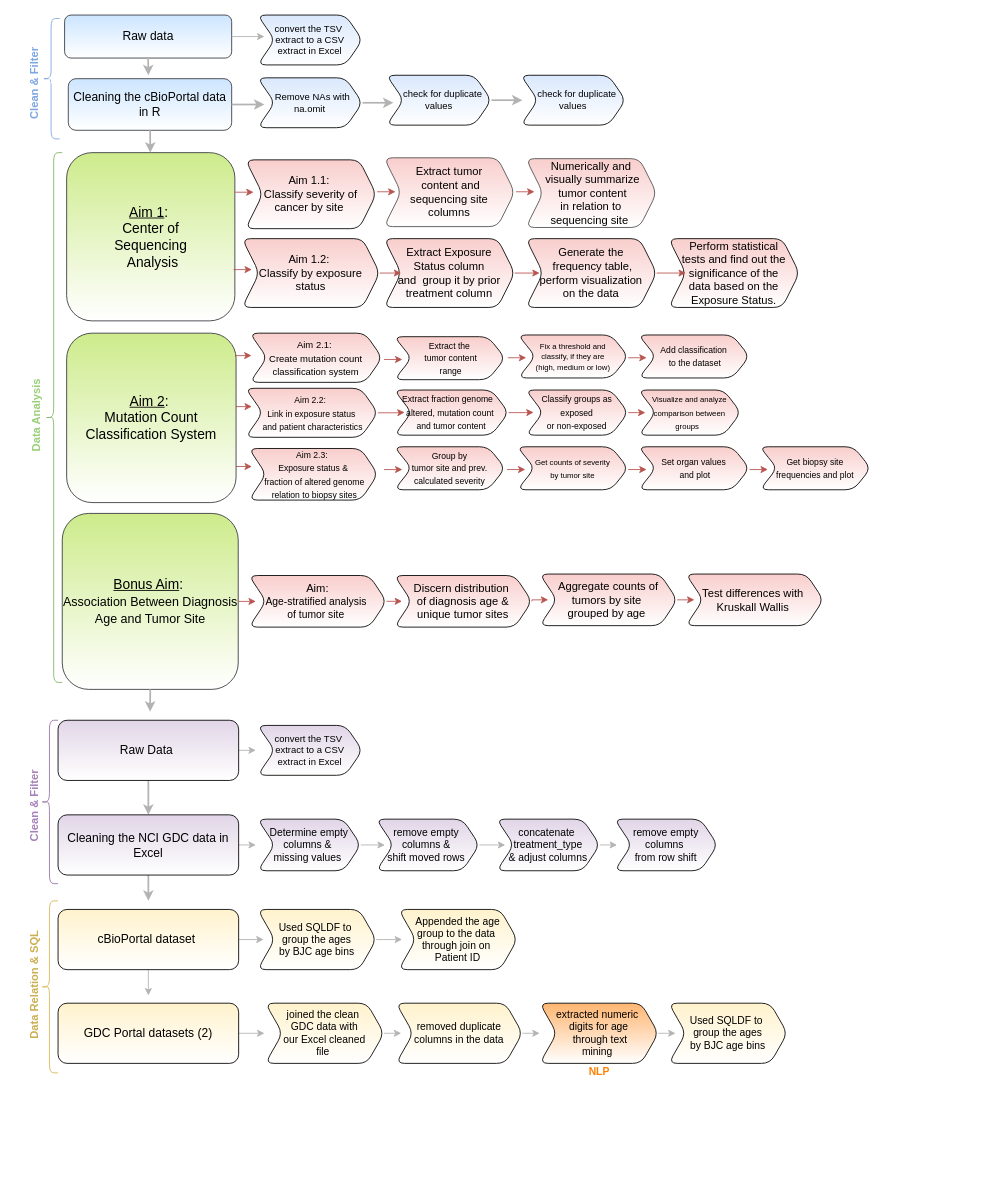
Earlier version of the draw.io diagram Pipeline_Image.drawio (aiy-wish/Data-Wrangling-Project). Source tidied: cells renumbered, new cells numbered last; positions are measured from the earlier drawing's top-left corner, leaving out a move shared by most shapes. Both pictures are drawn from the tidied source at 86%, with x=0, y=0 at pixel (-31, 15).
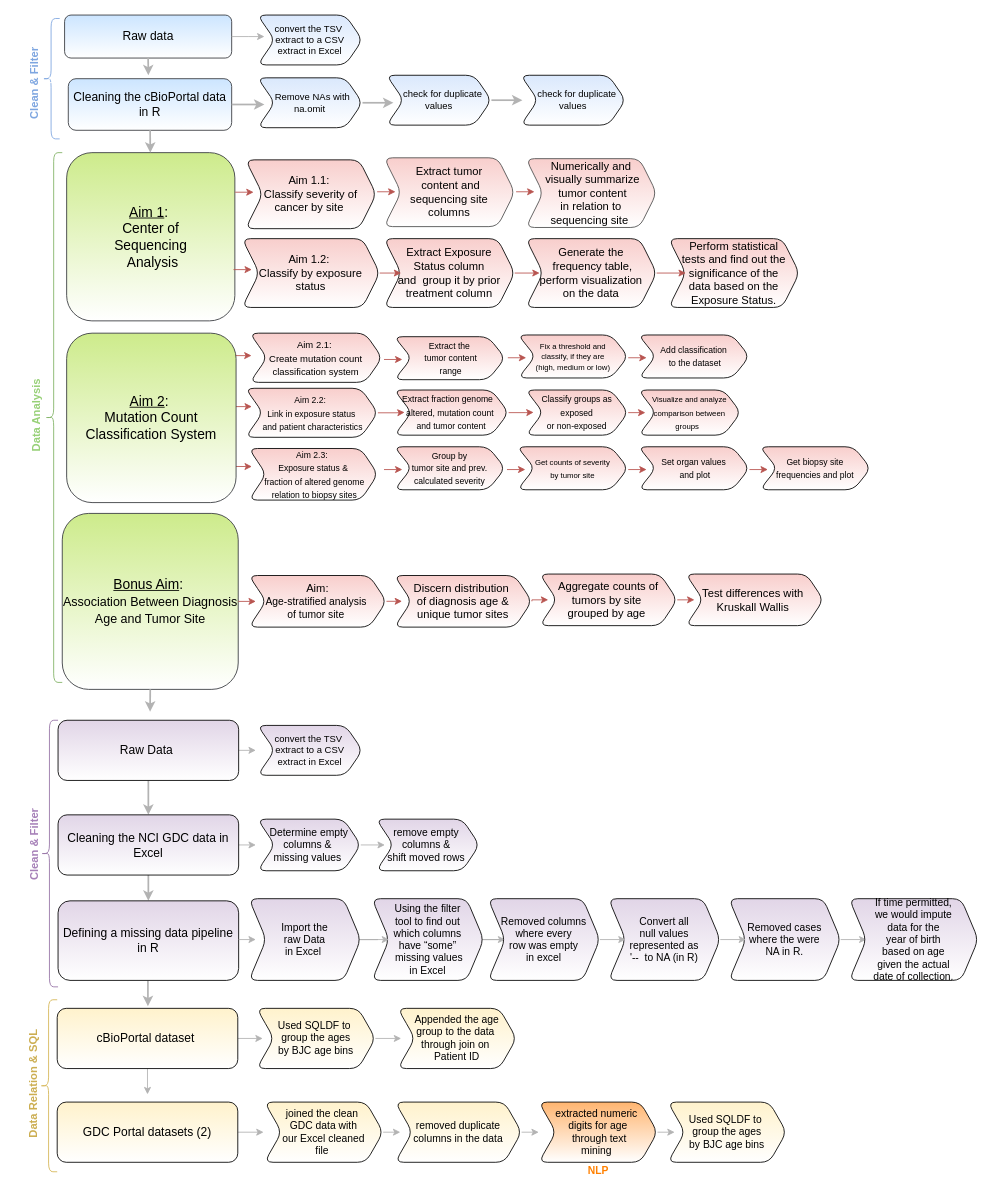
The same diagram, later.

Commit message:
Added Missing Data Pipeline

The edit, as a diff of the source:
```diff
@@
-    <mxCell id="57" style="edgeStyle=orthogonalEdgeStyle;rounded=0;jettySize=auto;html=1;fontSize=11;fontColor=#97D077;strokeColor=#B3B3B3;strokeWidth=2;" parent="1" edge="1" source="59">
-      <mxGeometry relative="1" as="geometry">
-        <mxPoint x="208" y="930" as="targetPoint" />
-      </mxGeometry>
-    </mxCell>
-    <mxCell id="58" style="edgeStyle=orthogonalEdgeStyle;rounded=0;jettySize=auto;html=1;exitX=1;exitY=0.5;exitDx=0;exitDy=0;fontSize=12;strokeColor=#B3B3B3;" parent="1" edge="1" source="59">
-      <mxGeometry relative="1" as="geometry">
-        <mxPoint x="333" y="855" as="targetPoint" />
-      </mxGeometry>
-    </mxCell>
-    <mxCell id="59" value="Raw Data&amp;nbsp;" style="rounded=1;whiteSpace=wrap;html=1;fontSize=14;strokeColor=default;fillColor=#e1d5e7;align=center;gradientColor=#ffffff;" parent="1" vertex="1">
-      <mxGeometry x="103" y="820" width="210" height="70" as="geometry" />
-    </mxCell>
-    <mxCell id="60" style="edgeStyle=orthogonalEdgeStyle;rounded=0;jettySize=auto;html=1;exitX=0.5;exitY=1;exitDx=0;exitDy=0;fontSize=14;fontColor=#A680B8;strokeColor=#B3B3B3;strokeWidth=2;" parent="1" edge="1" source="62">
+    <mxCell id="60" style="edgeStyle=orthogonalEdgeStyle;rounded=0;orthogonalLoop=1;jettySize=auto;html=1;exitX=0.5;exitY=1;exitDx=0;exitDy=0;fontSize=14;fontColor=#A680B8;strokeColor=#B3B3B3;strokeWidth=2;" parent="1" edge="1">
       <mxGeometry relative="1" as="geometry">
-        <mxPoint x="208" y="1030" as="targetPoint" />
+        <mxPoint x="207.5" y="1122.5" as="sourcePoint" />
+        <mxPoint x="207.5" y="1152.5" as="targetPoint" />
       </mxGeometry>
     </mxCell>
-    <mxCell id="61" style="edgeStyle=orthogonalEdgeStyle;rounded=0;jettySize=auto;html=1;exitX=1;exitY=0.5;exitDx=0;exitDy=0;fontSize=12;strokeColor=#B3B3B3;" parent="1" edge="1" source="62">
-      <mxGeometry relative="1" as="geometry">
-        <mxPoint x="333" y="965" as="targetPoint" />
-      </mxGeometry>
-    </mxCell>
-    <mxCell id="62" value="&lt;span style=&quot;font-size: 14px&quot;&gt;Cleaning the NCI GDC data in Excel&lt;/span&gt;" style="rounded=1;whiteSpace=wrap;html=1;fontSize=11;strokeColor=default;fillColor=#e1d5e7;align=center;gradientColor=#ffffff;" parent="1" vertex="1">
-      <mxGeometry x="103" y="930" width="210" height="70" as="geometry" />
-    </mxCell>
@@
-    <mxCell id="65" value="&lt;font&gt;&lt;b&gt;Clean &amp;amp; Filter&lt;/b&gt;&lt;/font&gt;" style="text;html=1;align=center;verticalAlign=middle;fontSize=13;rotation=-90;fontColor=#A680B8;" parent="1" vertex="1">
-      <mxGeometry x="25" y="910" width="100" height="20" as="geometry" />
-    </mxCell>
     <mxCell id="66" style="edgeStyle=orthogonalEdgeStyle;rounded=0;jettySize=auto;html=1;exitX=1;exitY=0.5;exitDx=0;exitDy=0;fontSize=12;strokeColor=#B3B3B3;" parent="1" edge="1" source="68">
       <mxGeometry relative="1" as="geometry">
-        <mxPoint x="342" y="1075" as="targetPoint" />
+        <mxPoint x="341" y="1190" as="targetPoint" />
       </mxGeometry>
     </mxCell>
     <mxCell id="67" style="edgeStyle=orthogonalEdgeStyle;rounded=0;jettySize=auto;html=1;exitX=0.5;exitY=1;exitDx=0;exitDy=0;fontSize=12;strokeColor=#B3B3B3;" parent="1" edge="1" source="68">
       <mxGeometry relative="1" as="geometry">
-        <mxPoint x="208" y="1140" as="targetPoint" />
+        <mxPoint x="207" y="1255" as="targetPoint" />
       </mxGeometry>
     </mxCell>
     <mxCell id="68" value="cBioPortal dataset&amp;nbsp;" style="rounded=1;whiteSpace=wrap;html=1;fontSize=14;strokeColor=default;fillColor=#fff2cc;align=center;gradientColor=#ffffff;" parent="1" vertex="1">
-      <mxGeometry x="103" y="1040" width="210" height="70" as="geometry" />
+      <mxGeometry x="102" y="1155" width="210" height="70" as="geometry" />
     </mxCell>
     <mxCell id="69" style="shape=curlyBracket;whiteSpace=wrap;html=1;rounded=1;fontSize=14;strokeColor=#d6b656;fillColor=#fff2cc;align=center;" parent="1" vertex="1">
-      <mxGeometry x="83" y="1030" width="20" height="200" as="geometry" />
+      <mxGeometry x="82" y="1145" width="20" height="200" as="geometry" />
     </mxCell>
-    <mxCell id="70" style="shape=curlyBracket;whiteSpace=wrap;html=1;rounded=1;fontSize=14;strokeColor=#9673a6;fillColor=#e1d5e7;align=center;" parent="1" vertex="1">
-      <mxGeometry x="83" y="820" width="20" height="190" as="geometry" />
-    </mxCell>
     <mxCell id="71" value="&lt;b&gt;&amp;nbsp;Data Relation &amp;amp; SQL&lt;br&gt;&lt;/b&gt;" style="text;html=1;align=center;verticalAlign=middle;fontSize=13;rotation=-90;fontColor=#CCAE52;" parent="1" vertex="1">
-      <mxGeometry y="1120" width="150" height="20" as="geometry" />
+      <mxGeometry x="-1" y="1235" width="150" height="20" as="geometry" />
     </mxCell>
@@
-    <mxCell id="82" value="&lt;span style=&quot;font-size: 11px&quot;&gt;convert the TSV&amp;nbsp;&lt;br&gt;extract to a CSV&lt;br&gt;extract in Excel&lt;br&gt;&lt;/span&gt;" style="shape=step;perimeter=stepPerimeter;whiteSpace=wrap;html=1;fixedSize=1;fontSize=10;strokeColor=default;fillColor=#e1d5e7;align=center;rounded=1;gradientColor=#ffffff;" parent="1" vertex="1">
-      <mxGeometry x="335" y="826" width="122" height="58" as="geometry" />
-    </mxCell>
-    <mxCell id="83" style="edgeStyle=orthogonalEdgeStyle;rounded=0;jettySize=auto;html=1;exitX=1;exitY=0.5;exitDx=0;exitDy=0;fontSize=12;strokeColor=#B3B3B3;" parent="1" edge="1" source="84">
-      <mxGeometry relative="1" as="geometry">
-        <mxPoint x="483" y="965" as="targetPoint" />
-      </mxGeometry>
-    </mxCell>
-    <mxCell id="84" value="Determine empty&lt;br&gt;columns &amp;amp;&amp;nbsp;&lt;br&gt;missing values&amp;nbsp;" style="shape=step;perimeter=stepPerimeter;whiteSpace=wrap;html=1;fixedSize=1;fontSize=12;strokeColor=default;rounded=1;fillColor=#e1d5e7;gradientColor=#ffffff;" parent="1" vertex="1">
-      <mxGeometry x="335" y="935" width="120" height="60" as="geometry" />
-    </mxCell>
-    <mxCell id="85" style="edgeStyle=orthogonalEdgeStyle;rounded=0;jettySize=auto;html=1;exitX=1;exitY=0.5;exitDx=0;exitDy=0;fontSize=12;strokeColor=#B3B3B3;" parent="1" edge="1" source="86">
-      <mxGeometry relative="1" as="geometry">
-        <mxPoint x="623" y="965" as="targetPoint" />
-      </mxGeometry>
-    </mxCell>
-    <mxCell id="86" value="remove empty&amp;nbsp;&lt;br&gt;columns &amp;amp;&amp;nbsp;&lt;br&gt;shift moved rows&amp;nbsp;" style="shape=step;perimeter=stepPerimeter;whiteSpace=wrap;html=1;fixedSize=1;fontSize=12;strokeColor=default;rounded=1;fillColor=#e1d5e7;gradientColor=#ffffff;" parent="1" vertex="1">
-      <mxGeometry x="473" y="935" width="120" height="60" as="geometry" />
-    </mxCell>
-    <mxCell id="87" style="edgeStyle=orthogonalEdgeStyle;rounded=0;jettySize=auto;html=1;exitX=1;exitY=0.5;exitDx=0;exitDy=0;fontSize=12;strokeColor=#B3B3B3;" parent="1" edge="1" source="88">
-      <mxGeometry relative="1" as="geometry">
-        <mxPoint x="753" y="965" as="targetPoint" />
-      </mxGeometry>
-    </mxCell>
-    <mxCell id="88" value="concatenate&amp;nbsp;&lt;br&gt;treatment_type&lt;br&gt;&amp;amp; adjust columns" style="shape=step;perimeter=stepPerimeter;whiteSpace=wrap;html=1;fixedSize=1;fontSize=12;strokeColor=default;rounded=1;fillColor=#e1d5e7;gradientColor=#ffffff;" parent="1" vertex="1">
-      <mxGeometry x="613" y="935" width="120" height="60" as="geometry" />
-    </mxCell>
@@
-    <mxCell id="95" value="remove empty&lt;br&gt;columns&amp;nbsp;&lt;br&gt;from row shift" style="shape=step;perimeter=stepPerimeter;whiteSpace=wrap;html=1;fixedSize=1;fontSize=12;strokeColor=default;rounded=1;fillColor=#e1d5e7;gradientColor=#ffffff;" parent="1" vertex="1">
-      <mxGeometry x="750" y="935" width="120" height="60" as="geometry" />
-    </mxCell>
     <mxCell id="96" style="edgeStyle=orthogonalEdgeStyle;rounded=0;jettySize=auto;html=1;exitX=1;exitY=0.5;exitDx=0;exitDy=0;fontSize=12;strokeColor=#B3B3B3;" parent="1" edge="1" source="97">
       <mxGeometry relative="1" as="geometry">
-        <mxPoint x="503" y="1075" as="targetPoint" />
+        <mxPoint x="502" y="1190" as="targetPoint" />
       </mxGeometry>
     </mxCell>
     <mxCell id="97" value="Used SQLDF to&amp;nbsp;&lt;br&gt;group the ages&lt;br&gt;by BJC age bins" style="shape=step;perimeter=stepPerimeter;whiteSpace=wrap;html=1;fixedSize=1;fontSize=12;strokeColor=default;rounded=1;fillColor=#fff2cc;gradientColor=#ffffff;" parent="1" vertex="1">
-      <mxGeometry x="335" y="1040" width="138" height="70" as="geometry" />
+      <mxGeometry x="334" y="1155" width="138" height="70" as="geometry" />
     </mxCell>
     <mxCell id="98" value="Appended the age&lt;br&gt;group to the data&amp;nbsp;&lt;br&gt;through join on&amp;nbsp;&lt;br&gt;Patient ID" style="shape=step;perimeter=stepPerimeter;whiteSpace=wrap;html=1;fixedSize=1;fontSize=12;strokeColor=default;rounded=1;fillColor=#fff2cc;gradientColor=#ffffff;" parent="1" vertex="1">
-      <mxGeometry x="499" y="1040" width="138" height="70" as="geometry" />
+      <mxGeometry x="498" y="1155" width="138" height="70" as="geometry" />
     </mxCell>
     <mxCell id="99" style="edgeStyle=orthogonalEdgeStyle;rounded=0;jettySize=auto;html=1;exitX=1;exitY=0.5;exitDx=0;exitDy=0;fontSize=12;strokeColor=#B3B3B3;" parent="1" edge="1" source="100">
       <mxGeometry relative="1" as="geometry">
-        <mxPoint x="343" y="1184" as="targetPoint" />
+        <mxPoint x="342" y="1299" as="targetPoint" />
       </mxGeometry>
     </mxCell>
     <mxCell id="100" value="GDC Portal datasets (2)" style="rounded=1;whiteSpace=wrap;html=1;fontSize=14;strokeColor=default;fillColor=#fff2cc;align=center;gradientColor=#ffffff;" parent="1" vertex="1">
-      <mxGeometry x="103" y="1149" width="210" height="70" as="geometry" />
+      <mxGeometry x="102" y="1264" width="210" height="70" as="geometry" />
     </mxCell>
     <mxCell id="101" style="edgeStyle=orthogonalEdgeStyle;rounded=0;jettySize=auto;html=1;exitX=1;exitY=0.5;exitDx=0;exitDy=0;fontSize=12;fontColor=#FF8000;strokeColor=#B3B3B3;" parent="1" edge="1" source="102">
       <mxGeometry relative="1" as="geometry">
-        <mxPoint x="821" y="1184" as="targetPoint" />
+        <mxPoint x="820" y="1299" as="targetPoint" />
       </mxGeometry>
     </mxCell>
     <mxCell id="102" value="extracted numeric&amp;nbsp;&lt;br&gt;digits for age&lt;br&gt;&amp;nbsp;through text&lt;br&gt;mining&amp;nbsp;" style="shape=step;perimeter=stepPerimeter;whiteSpace=wrap;html=1;fixedSize=1;fontSize=12;strokeColor=default;rounded=1;fillColor=#FFB570;gradientColor=#ffffff;" parent="1" vertex="1">
-      <mxGeometry x="663" y="1149" width="138" height="70" as="geometry" />
+      <mxGeometry x="662" y="1264" width="138" height="70" as="geometry" />
     </mxCell>
     <mxCell id="103" value="&lt;font color=&quot;#ff8000&quot;&gt;&lt;b&gt;NLP&lt;/b&gt;&lt;/font&gt;" style="text;html=1;align=center;verticalAlign=middle;strokeColor=none;fillColor=none;fontSize=12;" parent="1" vertex="1">
-      <mxGeometry x="712" y="1219" width="40" height="20" as="geometry" />
+      <mxGeometry x="711" y="1334" width="40" height="20" as="geometry" />
     </mxCell>
     <mxCell id="104" style="edgeStyle=orthogonalEdgeStyle;rounded=0;jettySize=auto;html=1;exitX=1;exitY=0.5;exitDx=0;exitDy=0;fontSize=12;fontColor=#FF8000;strokeColor=#B3B3B3;" parent="1" edge="1" source="105">
       <mxGeometry relative="1" as="geometry">
-        <mxPoint x="502" y="1184" as="targetPoint" />
+        <mxPoint x="501" y="1299" as="targetPoint" />
       </mxGeometry>
     </mxCell>
     <mxCell id="105" value="joined the clean&amp;nbsp;&lt;br&gt;GDC data with&lt;br&gt;our Excel cleaned&lt;br&gt;file&amp;nbsp;" style="shape=step;perimeter=stepPerimeter;whiteSpace=wrap;html=1;fixedSize=1;fontSize=12;strokeColor=default;rounded=1;fillColor=#fff2cc;gradientColor=#ffffff;" parent="1" vertex="1">
-      <mxGeometry x="344" y="1149" width="138" height="70" as="geometry" />
+      <mxGeometry x="343" y="1264" width="138" height="70" as="geometry" />
     </mxCell>
     <mxCell id="106" style="edgeStyle=orthogonalEdgeStyle;rounded=0;jettySize=auto;html=1;exitX=1;exitY=0.5;exitDx=0;exitDy=0;fontSize=12;fontColor=#FF8000;strokeColor=#B3B3B3;" parent="1" edge="1" source="107">
       <mxGeometry relative="1" as="geometry">
-        <mxPoint x="663" y="1184" as="targetPoint" />
+        <mxPoint x="662" y="1299" as="targetPoint" />
       </mxGeometry>
     </mxCell>
     <mxCell id="107" value="removed duplicate&lt;br&gt;columns in the data" style="shape=step;perimeter=stepPerimeter;whiteSpace=wrap;html=1;fixedSize=1;fontSize=12;strokeColor=default;rounded=1;fillColor=#fff2cc;gradientColor=#ffffff;" parent="1" vertex="1">
-      <mxGeometry x="496" y="1149" width="147" height="70" as="geometry" />
+      <mxGeometry x="495" y="1264" width="147" height="70" as="geometry" />
     </mxCell>
     <mxCell id="108" value="Used SQLDF to&amp;nbsp;&lt;br&gt;group the ages&lt;br&gt;by BJC age bins" style="shape=step;perimeter=stepPerimeter;whiteSpace=wrap;html=1;fixedSize=1;fontSize=12;strokeColor=default;rounded=1;fillColor=#fff2cc;gradientColor=#ffffff;" parent="1" vertex="1">
-      <mxGeometry x="813" y="1149" width="138" height="70" as="geometry" />
+      <mxGeometry x="812" y="1264" width="138" height="70" as="geometry" />
     </mxCell>
+    <mxCell id="109" style="edgeStyle=orthogonalEdgeStyle;rounded=0;jettySize=auto;html=1;fontSize=11;fontColor=#97D077;strokeColor=#B3B3B3;strokeWidth=2;" parent="1" edge="1" source="59">
+      <mxGeometry relative="1" as="geometry">
+        <mxPoint x="208" y="930" as="targetPoint" />
+      </mxGeometry>
+    </mxCell>
+    <mxCell id="110" style="edgeStyle=orthogonalEdgeStyle;rounded=0;jettySize=auto;html=1;exitX=1;exitY=0.5;exitDx=0;exitDy=0;fontSize=12;strokeColor=#B3B3B3;" parent="1" edge="1" source="59">
+      <mxGeometry relative="1" as="geometry">
+        <mxPoint x="333" y="855" as="targetPoint" />
+      </mxGeometry>
+    </mxCell>
+    <mxCell id="59" value="Raw Data&amp;nbsp;" style="rounded=1;whiteSpace=wrap;html=1;fontSize=14;strokeColor=default;fillColor=#e1d5e7;align=center;gradientColor=#ffffff;" parent="1" vertex="1">
+      <mxGeometry x="103" y="820" width="210" height="70" as="geometry" />
+    </mxCell>
+    <mxCell id="111" style="edgeStyle=orthogonalEdgeStyle;rounded=0;jettySize=auto;html=1;exitX=0.5;exitY=1;exitDx=0;exitDy=0;fontSize=14;fontColor=#A680B8;strokeColor=#B3B3B3;strokeWidth=2;" parent="1" edge="1" source="62">
+      <mxGeometry relative="1" as="geometry">
+        <mxPoint x="208" y="1030" as="targetPoint" />
+      </mxGeometry>
+    </mxCell>
+    <mxCell id="112" style="edgeStyle=orthogonalEdgeStyle;rounded=0;jettySize=auto;html=1;exitX=1;exitY=0.5;exitDx=0;exitDy=0;fontSize=12;strokeColor=#B3B3B3;" parent="1" edge="1" source="62">
+      <mxGeometry relative="1" as="geometry">
+        <mxPoint x="333" y="965" as="targetPoint" />
+      </mxGeometry>
+    </mxCell>
+    <mxCell id="62" value="&lt;span style=&quot;font-size: 14px&quot;&gt;Cleaning the NCI GDC data in Excel&lt;/span&gt;" style="rounded=1;whiteSpace=wrap;html=1;fontSize=11;strokeColor=default;fillColor=#e1d5e7;align=center;gradientColor=#ffffff;" parent="1" vertex="1">
+      <mxGeometry x="103" y="930" width="210" height="70" as="geometry" />
+    </mxCell>
+    <mxCell id="65" value="&lt;font&gt;&lt;b&gt;Clean &amp;amp; Filter&lt;/b&gt;&lt;/font&gt;" style="text;html=1;align=center;verticalAlign=middle;fontSize=13;rotation=-90;fontColor=#A680B8;" parent="1" vertex="1">
+      <mxGeometry x="25" y="955" width="100" height="20" as="geometry" />
+    </mxCell>
+    <mxCell id="113" style="shape=curlyBracket;whiteSpace=wrap;html=1;rounded=1;fontSize=14;strokeColor=#9673a6;fillColor=#e1d5e7;align=center;size=0.5;" parent="1" vertex="1">
+      <mxGeometry x="83" y="820" width="20" height="310" as="geometry" />
+    </mxCell>
+    <mxCell id="82" value="&lt;span style=&quot;font-size: 11px&quot;&gt;convert the TSV&amp;nbsp;&lt;br&gt;extract to a CSV&lt;br&gt;extract in Excel&lt;br&gt;&lt;/span&gt;" style="shape=step;perimeter=stepPerimeter;whiteSpace=wrap;html=1;fixedSize=1;fontSize=10;strokeColor=default;fillColor=#e1d5e7;align=center;rounded=1;gradientColor=#ffffff;" parent="1" vertex="1">
+      <mxGeometry x="335" y="826" width="122" height="58" as="geometry" />
+    </mxCell>
+    <mxCell id="114" style="edgeStyle=orthogonalEdgeStyle;rounded=0;jettySize=auto;html=1;exitX=1;exitY=0.5;exitDx=0;exitDy=0;fontSize=12;strokeColor=#B3B3B3;" parent="1" edge="1" source="84">
+      <mxGeometry relative="1" as="geometry">
+        <mxPoint x="483" y="965" as="targetPoint" />
+      </mxGeometry>
+    </mxCell>
+    <mxCell id="84" value="Determine empty&lt;br&gt;columns &amp;amp;&amp;nbsp;&lt;br&gt;missing values&amp;nbsp;" style="shape=step;perimeter=stepPerimeter;whiteSpace=wrap;html=1;fixedSize=1;fontSize=12;strokeColor=default;rounded=1;fillColor=#e1d5e7;gradientColor=#ffffff;" parent="1" vertex="1">
+      <mxGeometry x="335" y="935" width="120" height="60" as="geometry" />
+    </mxCell>
+    <mxCell id="86" value="remove empty&amp;nbsp;&lt;br&gt;columns &amp;amp;&amp;nbsp;&lt;br&gt;shift moved rows&amp;nbsp;" style="shape=step;perimeter=stepPerimeter;whiteSpace=wrap;html=1;fixedSize=1;fontSize=12;strokeColor=default;rounded=1;fillColor=#e1d5e7;gradientColor=#ffffff;" parent="1" vertex="1">
+      <mxGeometry x="473" y="935" width="120" height="60" as="geometry" />
+    </mxCell>
+    <mxCell id="115" value="&lt;span style=&quot;font-size: 14px&quot;&gt;Defining a missing data pipeline in R&lt;/span&gt;" style="rounded=1;whiteSpace=wrap;html=1;fontSize=11;strokeColor=default;fillColor=#e1d5e7;align=center;gradientColor=#ffffff;" parent="1" vertex="1">
+      <mxGeometry x="103" y="1030" width="210" height="92.5" as="geometry" />
+    </mxCell>
+    <mxCell id="116" style="edgeStyle=orthogonalEdgeStyle;rounded=0;orthogonalLoop=1;jettySize=auto;html=1;exitX=1;exitY=0.5;exitDx=0;exitDy=0;fontSize=12;strokeColor=#B3B3B3;" parent="1" edge="1">
+      <mxGeometry relative="1" as="geometry">
+        <mxPoint x="313" y="1075" as="sourcePoint" />
+        <mxPoint x="333" y="1075" as="targetPoint" />
+      </mxGeometry>
+    </mxCell>
+    <mxCell id="117" style="edgeStyle=orthogonalEdgeStyle;rounded=0;jettySize=auto;html=1;exitX=1;exitY=0.5;exitDx=0;exitDy=0;strokeColor=#B3B3B3;" parent="1" edge="1" source="118" target="126">
+      <mxGeometry relative="1" as="geometry" />
+    </mxCell>
+    <mxCell id="118" value="Using the filter &lt;br&gt;tool to find out &lt;br&gt;which columns &lt;br&gt;have “some”&lt;br&gt;&amp;nbsp;missing values &lt;br&gt;in Excel" style="shape=step;perimeter=stepPerimeter;whiteSpace=wrap;html=1;fixedSize=1;fontSize=12;strokeColor=default;rounded=1;fillColor=#e1d5e7;gradientColor=#ffffff;" parent="1" vertex="1">
+      <mxGeometry x="468" y="1027.5" width="130" height="95" as="geometry" />
+    </mxCell>
+    <mxCell id="119" style="edgeStyle=orthogonalEdgeStyle;rounded=0;jettySize=auto;html=1;exitX=1;exitY=0.5;exitDx=0;exitDy=0;strokeColor=#B3B3B3;" parent="1" edge="1" source="120" target="118">
+      <mxGeometry relative="1" as="geometry" />
+    </mxCell>
+    <mxCell id="120" value="Import the&lt;br&gt;raw Data&lt;br&gt;in Excel&amp;nbsp;" style="shape=step;perimeter=stepPerimeter;whiteSpace=wrap;html=1;fixedSize=1;fontSize=12;strokeColor=default;rounded=1;fillColor=#e1d5e7;gradientColor=#ffffff;" parent="1" vertex="1">
+      <mxGeometry x="325" y="1027.5" width="130" height="95" as="geometry" />
+    </mxCell>
+    <mxCell id="121" style="edgeStyle=orthogonalEdgeStyle;rounded=0;jettySize=auto;html=1;exitX=1;exitY=0.5;exitDx=0;exitDy=0;entryX=0;entryY=0.5;entryDx=0;entryDy=0;strokeColor=#B3B3B3;" parent="1" edge="1" source="122" target="127">
+      <mxGeometry relative="1" as="geometry" />
+    </mxCell>
+    <mxCell id="122" value="Removed cases &lt;br&gt;where the were &lt;br&gt;NA in R." style="shape=step;perimeter=stepPerimeter;whiteSpace=wrap;html=1;fixedSize=1;fontSize=12;strokeColor=default;rounded=1;fillColor=#e1d5e7;gradientColor=#ffffff;" parent="1" vertex="1">
+      <mxGeometry x="883" y="1027.5" width="130" height="95" as="geometry" />
+    </mxCell>
+    <mxCell id="123" style="edgeStyle=orthogonalEdgeStyle;rounded=0;jettySize=auto;html=1;exitX=1;exitY=0.5;exitDx=0;exitDy=0;entryX=0;entryY=0.5;entryDx=0;entryDy=0;strokeColor=#B3B3B3;" parent="1" edge="1" source="124" target="122">
+      <mxGeometry relative="1" as="geometry" />
+    </mxCell>
+    <mxCell id="124" value="Convert all &lt;br&gt;null values &lt;br&gt;represented as &lt;br&gt;'--&amp;nbsp; to NA (in R)" style="shape=step;perimeter=stepPerimeter;whiteSpace=wrap;html=1;fixedSize=1;fontSize=12;strokeColor=default;rounded=1;fillColor=#e1d5e7;gradientColor=#ffffff;" parent="1" vertex="1">
+      <mxGeometry x="743" y="1027.5" width="130" height="95" as="geometry" />
+    </mxCell>
+    <mxCell id="125" style="edgeStyle=orthogonalEdgeStyle;rounded=0;jettySize=auto;html=1;exitX=1;exitY=0.5;exitDx=0;exitDy=0;entryX=0;entryY=0.5;entryDx=0;entryDy=0;strokeColor=#B3B3B3;" parent="1" edge="1" source="126" target="124">
+      <mxGeometry relative="1" as="geometry" />
+    </mxCell>
+    <mxCell id="126" value="Removed columns where every &lt;br&gt;row was empty &lt;br&gt;in excel" style="shape=step;perimeter=stepPerimeter;whiteSpace=wrap;html=1;fixedSize=1;fontSize=12;strokeColor=default;rounded=1;fillColor=#e1d5e7;gradientColor=#ffffff;" parent="1" vertex="1">
+      <mxGeometry x="603" y="1027.5" width="130" height="95" as="geometry" />
+    </mxCell>
+    <mxCell id="127" value="If time permitted, &lt;br&gt;we would impute &lt;br&gt;data for the &lt;br&gt;year of birth &lt;br&gt;based on age &lt;br&gt;given the actual &lt;br&gt;date of collection." style="shape=step;perimeter=stepPerimeter;whiteSpace=wrap;html=1;fixedSize=1;fontSize=12;strokeColor=default;rounded=1;fillColor=#e1d5e7;gradientColor=#ffffff;" parent="1" vertex="1">
+      <mxGeometry x="1023" y="1027.5" width="150" height="95" as="geometry" />
+    </mxCell>
```
